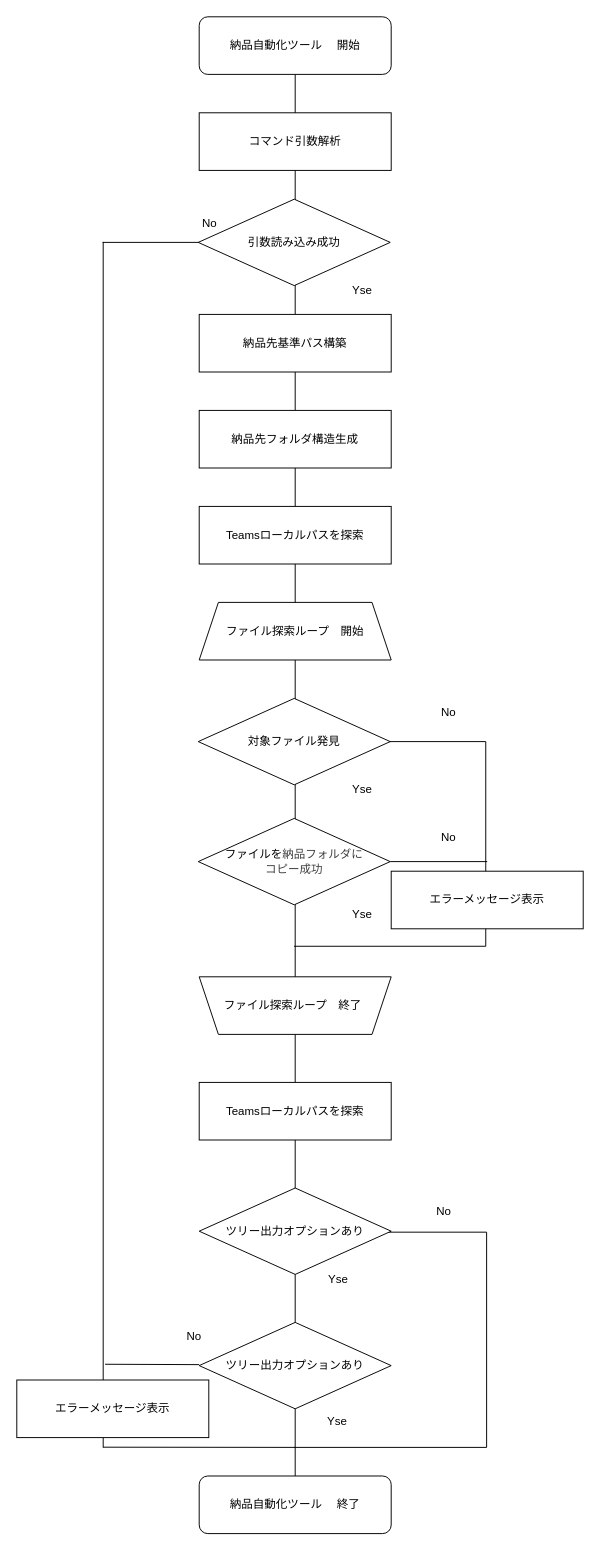
This is フロー図.dio from ConniConni/delivery_automation_tool, a draw.io file, before an edit. Source tidied: cells renumbered, new cells numbered last; positions are measured from the earlier drawing's top-left corner, leaving out a move shared by most shapes. Both pictures are drawn from the tidied source at 96%, with x=0, y=0 at pixel (16, 16).
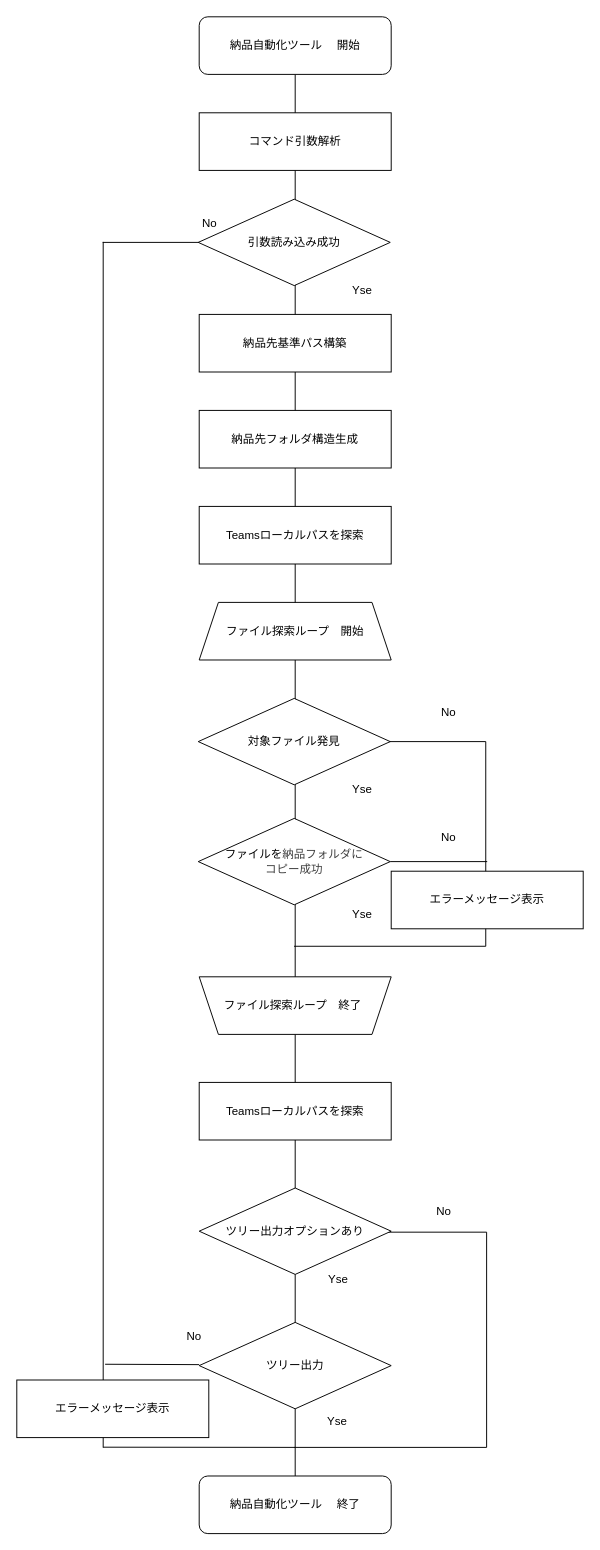
The same diagram, later.

Commit message:
フローズ修正

The edit, as a diff of the source:
```diff
@@
-    <mxCell id="42" value="ツリー出力オプションあり" style="rhombus;whiteSpace=wrap;html=1;" parent="1" vertex="1">
+    <mxCell id="42" value="ツリー出力" style="rhombus;whiteSpace=wrap;html=1;" parent="1" vertex="1">
       <mxGeometry x="190" y="1360" width="200" height="90" as="geometry" />
     </mxCell>
```
